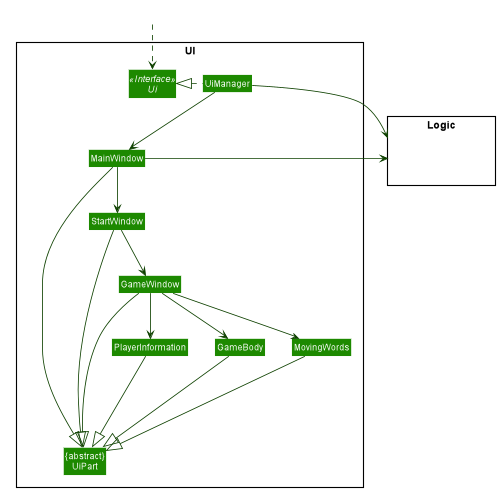
nus-cs2103-AY1920S1/addressbook-level3 keeps this PlantUML diagram as docs/images/GameWindowClassDiagram.png. Above is the earlier version. Its diagram source:
```plantuml
@startuml








skinparam BackgroundColor #FFFFFFF

skinparam Shadowing false

skinparam Class {
    FontColor #FFFFFF
    BorderThickness 1
    BorderColor #FFFFFF
    StereotypeFontColor #FFFFFF
    FontName Arial
}

skinparam Actor {
    BorderColor #000000
    Color #000000
    FontName Arial
}

skinparam Sequence {
    MessageAlign center
    BoxFontSize 15
    BoxPadding 0
    BoxFontColor #FFFFFF
    FontName Arial
}

skinparam Participant {
    FontColor #FFFFFFF
    Padding 20
}

skinparam MinClassWidth 50
skinparam ParticipantPadding 10
skinparam Shadowing false
skinparam DefaultTextAlignment center
skinparam packageStyle Rectangle

hide footbox
hide members
hide circle
skinparam arrowThickness 1.1
skinparam arrowColor #0E4100
skinparam classBackgroundColor #1D8900

package UI <<Rectangle>>{
Interface Ui <<Interface>>
Class "{abstract}\nUiPart" as UiPart
Class UiManager
Class MainWindow

Class StartWindow
Class GameWindow
Class PlayerInformation
Class GameBody
Class MovingWords
}

package Logic <<Rectangle>> {
Class HiddenLogic #FFFFFF
}

Class HiddenOutside #FFFFFF
HiddenOutside ..> Ui

UiManager .left.|> Ui
UiManager -down-> MainWindow
MainWindow --> StartWindow

StartWindow -down-> GameWindow
GameWindow -down-> GameBody
GameWindow -down-> MovingWords
GameWindow -down-> PlayerInformation

MainWindow -left-|> UiPart

StartWindow -down-|> UiPart
GameWindow -down-|> UiPart
MovingWords -down--|> UiPart
GameBody -down--|> UiPart
PlayerInformation -down--|> UiPart

UiManager -right-> Logic
MainWindow -left-> Logic


MainWindow -[hidden]-|> UiPart
@enduml
```
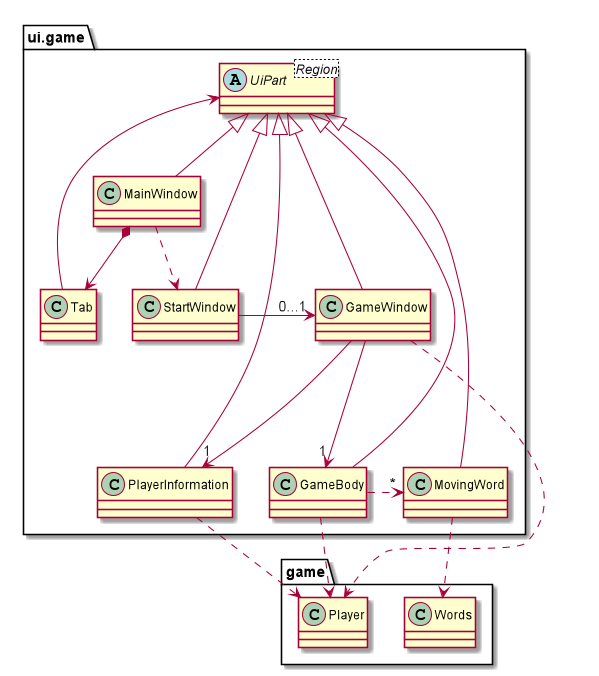
After the change.

Change to the diagram source:
```diff
@@ -1,96 +1,38 @@
 @startuml
-
-
-
-
-
-
-
-
-skinparam BackgroundColor #FFFFFFF
-
-skinparam Shadowing false
-
-skinparam Class {
-    FontColor #FFFFFF
-    BorderThickness 1
-    BorderColor #FFFFFF
-    StereotypeFontColor #FFFFFF
-    FontName Arial
+package ui.game {
+    class StartWindow
+    class Tab
+    class MainWindow
+    abstract class UiPart<Region>
+    class GameWindow
+    class PlayerInformation
+    class GameBody
+    class MovingWord
 }
 
-skinparam Actor {
-    BorderColor #000000
-    Color #000000
-    FontName Arial
+package game {
+    class Player
+    class Words
 }
 
-skinparam Sequence {
-    MessageAlign center
-    BoxFontSize 15
-    BoxPadding 0
-    BoxFontColor #FFFFFF
-    FontName Arial
-}
+UiPart <- Tab
+UiPart <|-- MainWindow
+UiPart <|- StartWindow
+UiPart <|-- GameWindow
+UiPart <|-- GameBody
+UiPart <|-- PlayerInformation
+UiPart <|-- MovingWord
 
-skinparam Participant {
-    FontColor #FFFFFFF
-    Padding 20
-}
+MainWindow *--> Tab
+MainWindow ..> StartWindow
+StartWindow -right--> "0...1" GameWindow
+GameWindow -down--> "1" GameBody
+GameWindow -down--> "1" PlayerInformation
 
-skinparam MinClassWidth 50
-skinparam ParticipantPadding 10
-skinparam Shadowing false
-skinparam DefaultTextAlignment center
-skinparam packageStyle Rectangle
+MovingWord .down.> Words
+GameWindow .down.> Player
+GameBody .down.> Player
+GameBody .right.> "*" MovingWord
+PlayerInformation .down.> Player
 
-hide footbox
-hide members
-hide circle
-skinparam arrowThickness 1.1
-skinparam arrowColor #0E4100
-skinparam classBackgroundColor #1D8900
-
-package UI <<Rectangle>>{
-Interface Ui <<Interface>>
-Class "{abstract}\nUiPart" as UiPart
-Class UiManager
-Class MainWindow
-
-Class StartWindow
-Class GameWindow
-Class PlayerInformation
-Class GameBody
-Class MovingWords
-}
-
-package Logic <<Rectangle>> {
-Class HiddenLogic #FFFFFF
-}
-
-Class HiddenOutside #FFFFFF
-HiddenOutside ..> Ui
-
-UiManager .left.|> Ui
-UiManager -down-> MainWindow
-MainWindow --> StartWindow
-
-StartWindow -down-> GameWindow
-GameWindow -down-> GameBody
-GameWindow -down-> MovingWords
-GameWindow -down-> PlayerInformation
-
-MainWindow -left-|> UiPart
-
-StartWindow -down-|> UiPart
-GameWindow -down-|> UiPart
-MovingWords -down--|> UiPart
-GameBody -down--|> UiPart
-PlayerInformation -down--|> UiPart
-
-UiManager -right-> Logic
-MainWindow -left-> Logic
-
-
-MainWindow -[hidden]-|> UiPart
 @enduml
```
